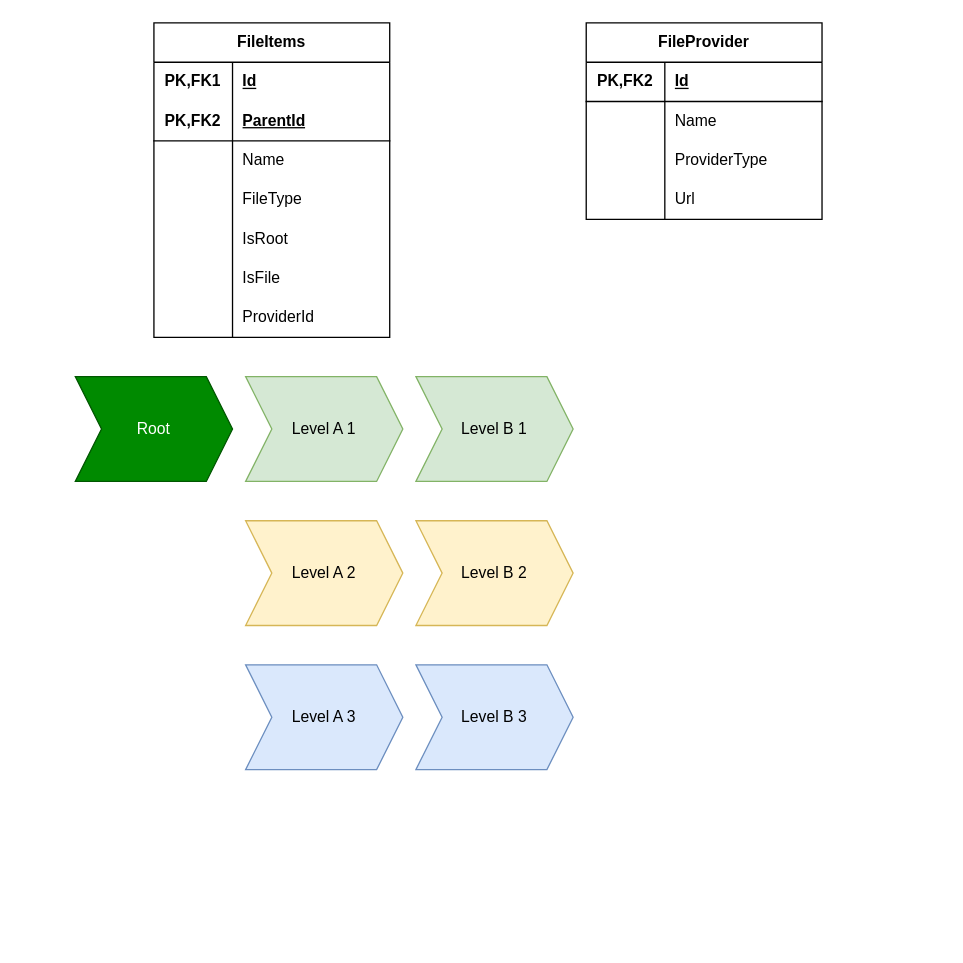
The draw.io diagram TestBot/Untitled Diagram.drawio in Gnyasha/TestBot, before the edit. Source tidied: cells renumbered, new cells numbered last; positions are measured from the earlier drawing's top-left corner, leaving out a move shared by most shapes. Both pictures are drawn from the tidied source at 131%, with x=0, y=0 at pixel (75, 22).
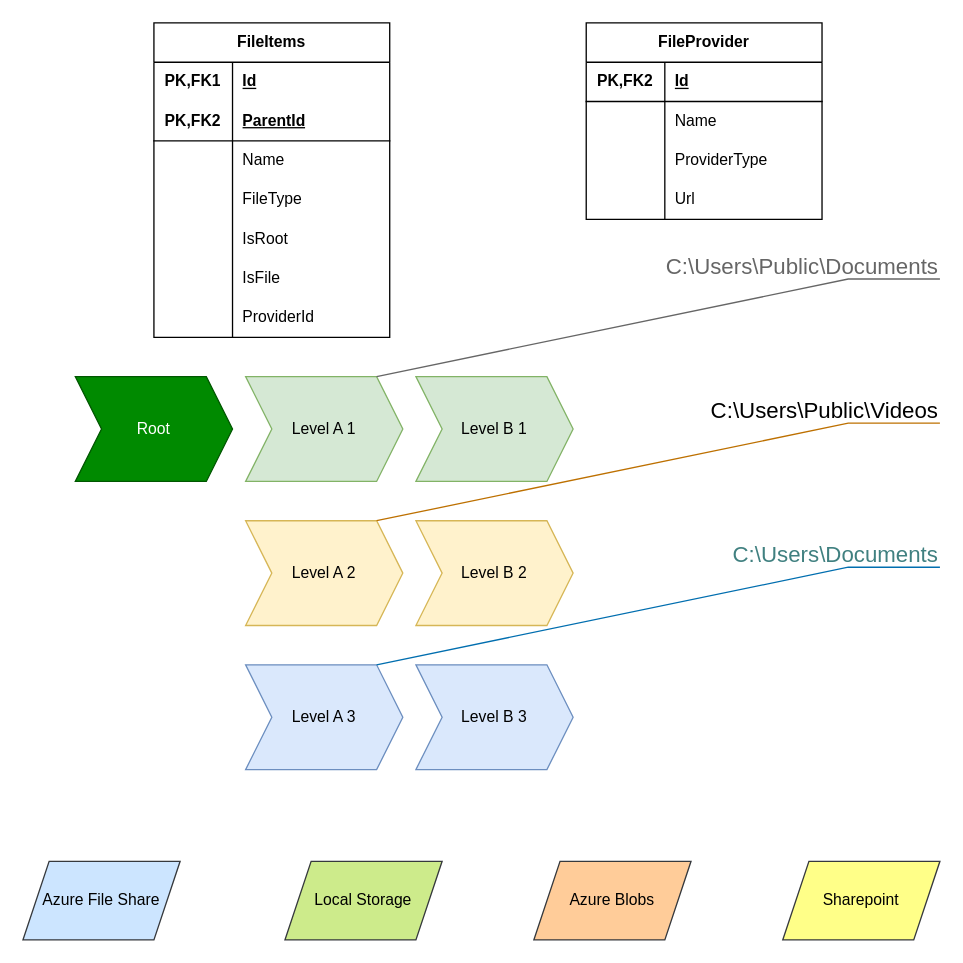
The same page after the edit.

The edit, as a diff of the source:
```diff
@@
+    <mxCell id="44" value="C:\Users\Public\Videos" style="strokeWidth=1;shadow=0;dashed=0;align=center;html=1;shape=mxgraph.mockup.text.callout;linkText=;textSize=17;textColor=#666666;callDir=NE;callStyle=line;fontSize=17;fontColor=#000000;align=right;verticalAlign=top;strokeColor=#BD7000;fillColor=#f0a30a;" parent="1" vertex="1">
+      <mxGeometry x="230" y="280" width="430" height="100" as="geometry" />
+    </mxCell>
+    <mxCell id="45" value="C:\Users\Public\Documents" style="strokeWidth=1;shadow=0;dashed=0;align=center;html=1;shape=mxgraph.mockup.text.callout;linkText=;textSize=17;textColor=#666666;callDir=NE;callStyle=line;fontSize=17;fontColor=#666666;align=right;verticalAlign=top;strokeColor=#666666;" parent="1" vertex="1">
+      <mxGeometry x="230" y="170" width="430" height="100" as="geometry" />
+    </mxCell>
+    <mxCell id="46" value="C:\Users\Documents" style="strokeWidth=1;shadow=0;dashed=0;align=center;html=1;shape=mxgraph.mockup.text.callout;linkText=;textSize=17;textColor=#666666;callDir=NE;callStyle=line;fontSize=17;fontColor=#408080;align=right;verticalAlign=top;strokeColor=#006EAF;fillColor=#1ba1e2;" parent="1" vertex="1">
+      <mxGeometry x="230" y="390" width="430" height="100" as="geometry" />
+    </mxCell>
+    <mxCell id="47" value="Azure File Share" style="shape=parallelogram;perimeter=parallelogramPerimeter;whiteSpace=wrap;html=1;fixedSize=1;fillColor=#cce5ff;strokeColor=#36393d;" parent="1" vertex="1">
+      <mxGeometry x="-40" y="640" width="120" height="60" as="geometry" />
+    </mxCell>
+    <mxCell id="48" value="Local Storage" style="shape=parallelogram;perimeter=parallelogramPerimeter;whiteSpace=wrap;html=1;fixedSize=1;fillColor=#cdeb8b;strokeColor=#36393d;" parent="1" vertex="1">
+      <mxGeometry x="160" y="640" width="120" height="60" as="geometry" />
+    </mxCell>
+    <mxCell id="49" value="Azure Blobs" style="shape=parallelogram;perimeter=parallelogramPerimeter;whiteSpace=wrap;html=1;fixedSize=1;fillColor=#ffcc99;strokeColor=#36393d;" parent="1" vertex="1">
+      <mxGeometry x="350" y="640" width="120" height="60" as="geometry" />
+    </mxCell>
+    <mxCell id="50" value="Sharepoint" style="shape=parallelogram;perimeter=parallelogramPerimeter;whiteSpace=wrap;html=1;fixedSize=1;fillColor=#ffff88;strokeColor=#36393d;" parent="1" vertex="1">
+      <mxGeometry x="540" y="640" width="120" height="60" as="geometry" />
+    </mxCell>
```
